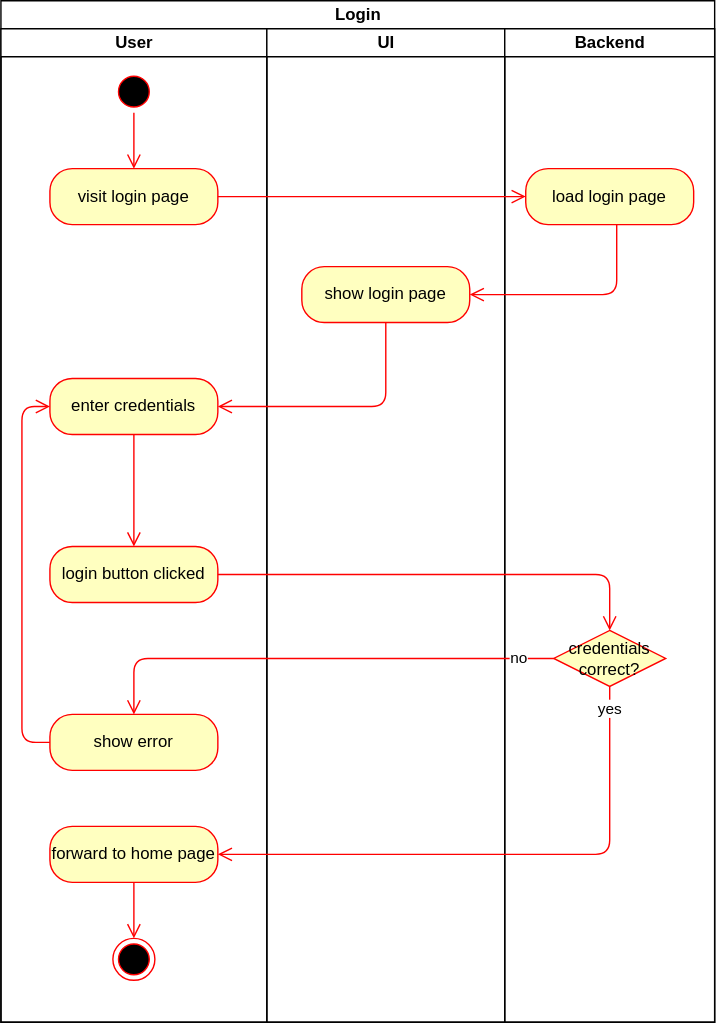
13TRIS/13TRIS keeps this draw.io diagram as docs/use-cases/activity-diagrams/register-activity.svg. Above is the earlier version. Source tidied: cells renumbered, new cells last; positions are measured from the earlier drawing's top-left corner, leaving out a move shared by most shapes.
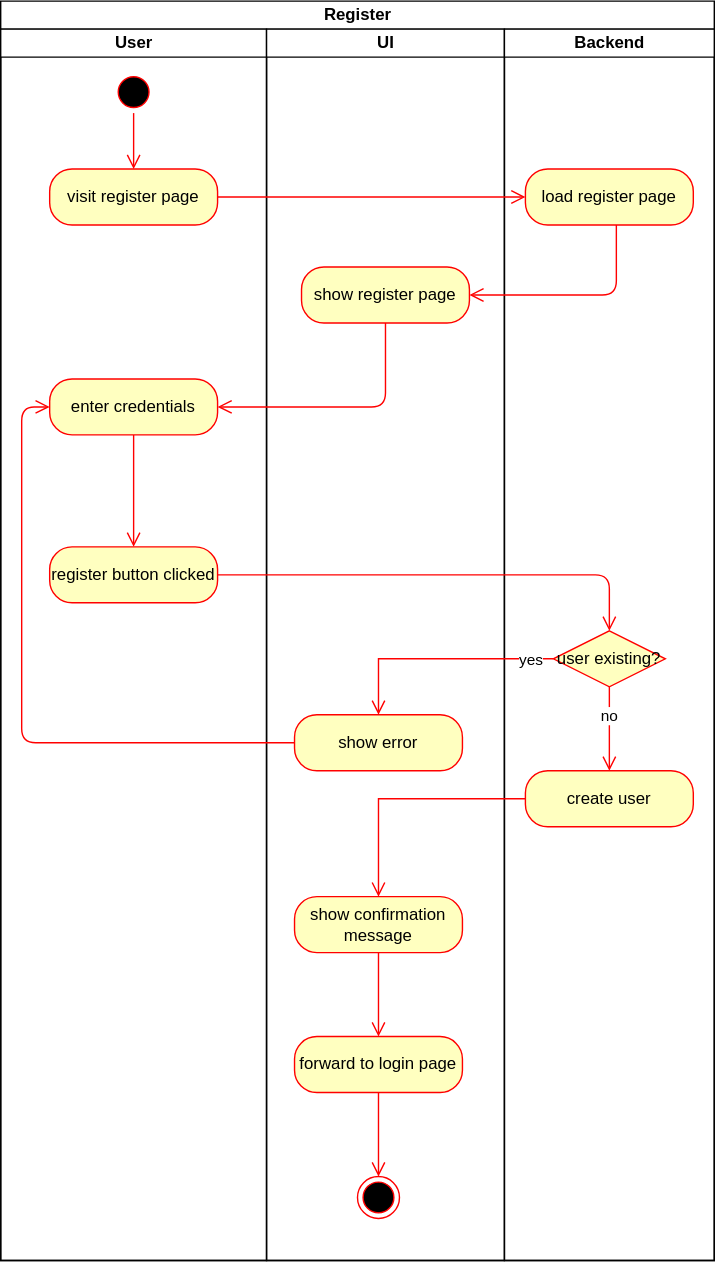
The same file after the commit.

Commit message:
docs: added activity diagram for registration

What changed in the source:
```diff
@@ -2,13 +2,13 @@
   <root>
     <mxCell id="0" />
     <mxCell id="1" parent="0" />
-    <mxCell id="2" value="Login" style="swimlane;html=1;startSize=20;" parent="1" vertex="1">
-      <mxGeometry width="510" height="730" as="geometry" />
+    <mxCell id="2" value="Register" style="swimlane;html=1;startSize=20;" parent="1" vertex="1">
+      <mxGeometry width="510" height="900" as="geometry" />
     </mxCell>
     <mxCell id="3" value="User" style="swimlane;html=1;startSize=20;" parent="2" vertex="1">
-      <mxGeometry y="20" width="190" height="710" as="geometry" />
+      <mxGeometry y="20" width="190" height="880" as="geometry" />
     </mxCell>
-    <mxCell id="4" value="visit login page" style="rounded=1;whiteSpace=wrap;html=1;arcSize=40;fontColor=#000000;fillColor=#ffffc0;strokeColor=#ff0000;" parent="3" vertex="1">
+    <mxCell id="4" value="visit register page" style="rounded=1;whiteSpace=wrap;html=1;arcSize=40;fontColor=#000000;fillColor=#ffffc0;strokeColor=#ff0000;" parent="3" vertex="1">
       <mxGeometry x="35" y="100" width="120" height="40" as="geometry" />
     </mxCell>
     <mxCell id="5" style="ellipse;html=1;shape=startState;fillColor=#000000;strokeColor=#ff0000;" parent="3" vertex="1">
@@ -23,44 +23,53 @@
     <mxCell id="8" value="enter credentials" style="rounded=1;whiteSpace=wrap;html=1;arcSize=40;fontColor=#000000;fillColor=#ffffc0;strokeColor=#ff0000;" parent="3" vertex="1">
       <mxGeometry x="35" y="250" width="120" height="40" as="geometry" />
     </mxCell>
-    <mxCell id="9" style="edgeStyle=orthogonalEdgeStyle;jettySize=auto;html=1;entryX=0;entryY=0.5;entryDx=0;entryDy=0;endArrow=open;endSize=8;strokeColor=#ff0000;align=left;verticalAlign=top;" parent="3" edge="1" source="10" target="8">
-      <mxGeometry relative="1" as="geometry">
-        <Array as="points">
-          <mxPoint x="15" y="510" />
-          <mxPoint x="15" y="270" />
-        </Array>
-      </mxGeometry>
-    </mxCell>
-    <mxCell id="10" value="show error" style="rounded=1;whiteSpace=wrap;html=1;arcSize=40;fontColor=#000000;fillColor=#ffffc0;strokeColor=#ff0000;" parent="3" vertex="1">
-      <mxGeometry x="35" y="490" width="120" height="40" as="geometry" />
-    </mxCell>
-    <mxCell id="11" style="edgeStyle=orthogonalEdgeStyle;jettySize=auto;html=1;entryX=0.5;entryY=0;entryDx=0;entryDy=0;endArrow=open;endSize=8;strokeColor=#ff0000;align=left;verticalAlign=top;" parent="3" edge="1" source="12" target="14">
-      <mxGeometry relative="1" as="geometry" />
-    </mxCell>
-    <mxCell id="12" value="forward to home page" style="rounded=1;whiteSpace=wrap;html=1;arcSize=40;fontColor=#000000;fillColor=#ffffc0;strokeColor=#ff0000;" parent="3" vertex="1">
-      <mxGeometry x="35" y="570" width="120" height="40" as="geometry" />
-    </mxCell>
-    <mxCell id="13" value="login button clicked" style="rounded=1;whiteSpace=wrap;html=1;arcSize=40;fontColor=#000000;fillColor=#ffffc0;strokeColor=#ff0000;" parent="3" vertex="1">
+    <mxCell id="13" value="register button clicked" style="rounded=1;whiteSpace=wrap;html=1;arcSize=40;fontColor=#000000;fillColor=#ffffc0;strokeColor=#ff0000;" parent="3" vertex="1">
       <mxGeometry x="35" y="370" width="120" height="40" as="geometry" />
     </mxCell>
-    <mxCell id="14" style="ellipse;html=1;shape=endState;fillColor=#000000;strokeColor=#ff0000;" parent="3" vertex="1">
-      <mxGeometry x="80" y="650" width="30" height="30" as="geometry" />
-    </mxCell>
     <mxCell id="15" value="UI" style="swimlane;html=1;startSize=20;" parent="2" vertex="1">
-      <mxGeometry x="190" y="20" width="170" height="710" as="geometry" />
+      <mxGeometry x="190" y="20" width="170" height="880" as="geometry" />
     </mxCell>
-    <mxCell id="16" value="show login page" style="rounded=1;whiteSpace=wrap;html=1;arcSize=40;fontColor=#000000;fillColor=#ffffc0;strokeColor=#ff0000;" parent="15" vertex="1">
+    <mxCell id="16" value="show register page" style="rounded=1;whiteSpace=wrap;html=1;arcSize=40;fontColor=#000000;fillColor=#ffffc0;strokeColor=#ff0000;" parent="15" vertex="1">
       <mxGeometry x="25" y="170" width="120" height="40" as="geometry" />
     </mxCell>
+    <mxCell id="10" value="show error" style="rounded=1;whiteSpace=wrap;html=1;arcSize=40;fontColor=#000000;fillColor=#ffffc0;strokeColor=#ff0000;" parent="15" vertex="1">
+      <mxGeometry x="20" y="490" width="120" height="40" as="geometry" />
+    </mxCell>
+    <mxCell id="28" value="show confirmation message" style="rounded=1;whiteSpace=wrap;html=1;arcSize=40;fontColor=#000000;fillColor=#ffffc0;strokeColor=#ff0000;" parent="15" vertex="1">
+      <mxGeometry x="20" y="620" width="120" height="40" as="geometry" />
+    </mxCell>
+    <mxCell id="29" style="edgeStyle=orthogonalEdgeStyle;html=1;verticalAlign=bottom;endArrow=open;endSize=8;strokeColor=#ff0000;rounded=0;" parent="15" edge="1" source="28">
+      <mxGeometry relative="1" as="geometry">
+        <mxPoint x="80" y="720" as="targetPoint" />
+      </mxGeometry>
+    </mxCell>
+    <mxCell id="12" value="forward to login page" style="rounded=1;whiteSpace=wrap;html=1;arcSize=40;fontColor=#000000;fillColor=#ffffc0;strokeColor=#ff0000;" parent="15" vertex="1">
+      <mxGeometry x="20" y="720" width="120" height="40" as="geometry" />
+    </mxCell>
+    <mxCell id="14" style="ellipse;html=1;shape=endState;fillColor=#000000;strokeColor=#ff0000;" parent="15" vertex="1">
+      <mxGeometry x="65" y="820" width="30" height="30" as="geometry" />
+    </mxCell>
+    <mxCell id="11" style="edgeStyle=orthogonalEdgeStyle;jettySize=auto;html=1;entryX=0.5;entryY=0;entryDx=0;entryDy=0;endArrow=open;endSize=8;strokeColor=#ff0000;align=left;verticalAlign=top;" parent="15" edge="1" source="12" target="14">
+      <mxGeometry relative="1" as="geometry" />
+    </mxCell>
     <mxCell id="17" value="Backend" style="swimlane;html=1;startSize=20;" parent="2" vertex="1">
-      <mxGeometry x="360" y="20" width="150" height="710" as="geometry" />
+      <mxGeometry x="360" y="20" width="150" height="880" as="geometry" />
     </mxCell>
-    <mxCell id="18" value="load login page" style="rounded=1;whiteSpace=wrap;html=1;arcSize=40;fontColor=#000000;fillColor=#ffffc0;strokeColor=#ff0000;" parent="17" vertex="1">
+    <mxCell id="18" value="load register page" style="rounded=1;whiteSpace=wrap;html=1;arcSize=40;fontColor=#000000;fillColor=#ffffc0;strokeColor=#ff0000;" parent="17" vertex="1">
       <mxGeometry x="15" y="100" width="120" height="40" as="geometry" />
     </mxCell>
+    <mxCell id="30" style="edgeStyle=orthogonalEdgeStyle;rounded=0;jettySize=auto;html=1;entryX=0.5;entryY=0;entryDx=0;entryDy=0;verticalAlign=bottom;strokeColor=#ff0000;endArrow=open;endSize=8;" parent="17" edge="1" source="19" target="31">
+      <mxGeometry relative="1" as="geometry" />
+    </mxCell>
+    <mxCell id="25" value="no" style="edgeLabel;html=1;align=center;verticalAlign=middle;" parent="30" vertex="1">
+      <mxGeometry x="-0.31" relative="1" as="geometry" />
+    </mxCell>
-    <mxCell id="19" value="credentials correct?" style="rhombus;whiteSpace=wrap;html=1;fillColor=#ffffc0;strokeColor=#ff0000;" parent="17" vertex="1">
+    <mxCell id="19" value="user existing?" style="rhombus;whiteSpace=wrap;html=1;fillColor=#ffffc0;strokeColor=#ff0000;" parent="17" vertex="1">
       <mxGeometry x="35" y="430" width="80" height="40" as="geometry" />
     </mxCell>
+    <mxCell id="31" value="create user" style="rounded=1;whiteSpace=wrap;html=1;arcSize=40;fontColor=#000000;fillColor=#ffffc0;strokeColor=#ff0000;" parent="17" vertex="1">
+      <mxGeometry x="15" y="530" width="120" height="40" as="geometry" />
+    </mxCell>
     <mxCell id="20" style="edgeStyle=orthogonalEdgeStyle;html=1;verticalAlign=bottom;endArrow=open;endSize=8;strokeColor=#ff0000;entryX=1;entryY=0.5;entryDx=0;entryDy=0;" parent="2" edge="1" source="18" target="16">
       <mxGeometry relative="1" as="geometry">
         <Array as="points">
@@ -81,21 +90,22 @@
     <mxCell id="23" style="edgeStyle=orthogonalEdgeStyle;rounded=1;jettySize=auto;html=1;align=left;verticalAlign=top;strokeColor=#ff0000;endArrow=open;endSize=8;entryX=0.5;entryY=0;entryDx=0;entryDy=0;" parent="2" edge="1" source="13" target="19">
       <mxGeometry relative="1" as="geometry" />
     </mxCell>
+    <mxCell id="9" style="edgeStyle=orthogonalEdgeStyle;jettySize=auto;html=1;entryX=0;entryY=0.5;entryDx=0;entryDy=0;endArrow=open;endSize=8;strokeColor=#ff0000;align=left;verticalAlign=top;" parent="2" edge="1" source="10" target="8">
+      <mxGeometry relative="1" as="geometry">
+        <Array as="points">
+          <mxPoint x="15" y="530" />
+          <mxPoint x="15" y="290" />
+        </Array>
+      </mxGeometry>
+    </mxCell>
+    <mxCell id="32" style="edgeStyle=orthogonalEdgeStyle;html=1;verticalAlign=bottom;endArrow=open;endSize=8;strokeColor=#ff0000;rounded=0;entryX=0.5;entryY=0;entryDx=0;entryDy=0;" parent="2" edge="1" source="31" target="28">
+      <mxGeometry relative="1" as="geometry" />
+    </mxCell>
-    <mxCell id="24" style="edgeStyle=orthogonalEdgeStyle;rounded=1;jettySize=auto;html=1;entryX=0.5;entryY=0;entryDx=0;entryDy=0;align=left;verticalAlign=top;strokeColor=#ff0000;endArrow=open;endSize=8;" parent="2" edge="1" source="19" target="10">
+    <mxCell id="24" style="edgeStyle=orthogonalEdgeStyle;rounded=0;jettySize=auto;html=1;entryX=0.5;entryY=0;entryDx=0;entryDy=0;endArrow=open;endSize=8;strokeColor=#ff0000;verticalAlign=bottom;" parent="2" edge="1" source="19" target="10">
       <mxGeometry relative="1" as="geometry" />
     </mxCell>
-    <mxCell id="25" value="no" style="edgeLabel;html=1;align=center;verticalAlign=middle;" parent="24" vertex="1">
-      <mxGeometry x="-0.85" relative="1" as="geometry" />
-    </mxCell>
-    <mxCell id="26" style="edgeStyle=orthogonalEdgeStyle;jettySize=auto;html=1;entryX=1;entryY=0.5;entryDx=0;entryDy=0;endArrow=open;endSize=8;strokeColor=#ff0000;align=left;verticalAlign=top;" parent="2" edge="1" source="19" target="12">
-      <mxGeometry relative="1" as="geometry">
-        <Array as="points">
-          <mxPoint x="435" y="610" />
-        </Array>
-      </mxGeometry>
-    </mxCell>
-    <mxCell id="27" value="yes" style="edgeLabel;html=1;align=center;verticalAlign=middle;" parent="26" vertex="1">
-      <mxGeometry x="-0.92" relative="1" as="geometry" />
+    <mxCell id="27" value="yes" style="edgeLabel;html=1;align=center;verticalAlign=middle;" parent="24" vertex="1">
+      <mxGeometry x="-0.8" y="1" relative="1" as="geometry" />
     </mxCell>
   </root>
 </mxGraphModel>
```
